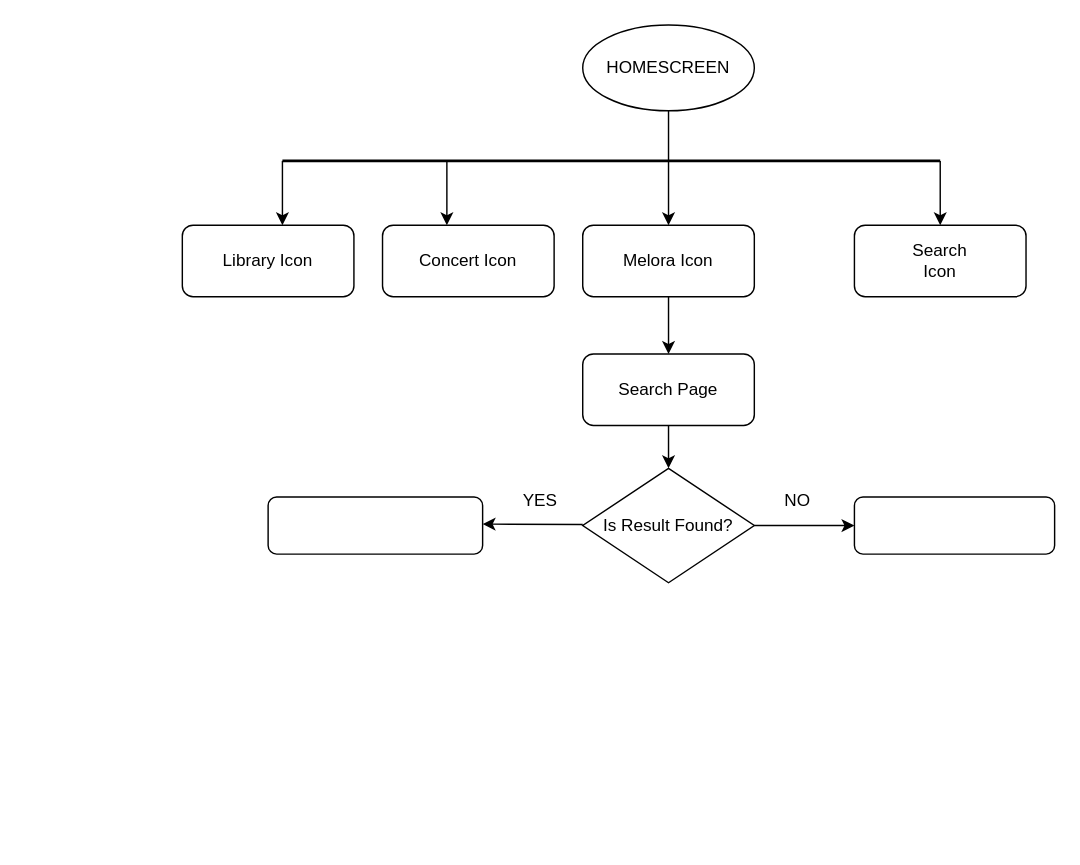
Before: Untitled Diagram.drawio in John-Agyemang/Demo-repo, a draw.io diagram. Source tidied: cells renumbered, new cells numbered last; positions are measured from the earlier drawing's top-left corner, leaving out a move shared by most shapes. Both pictures are drawn from the tidied source at 143%, with x=0, y=0 at pixel (182, 24).
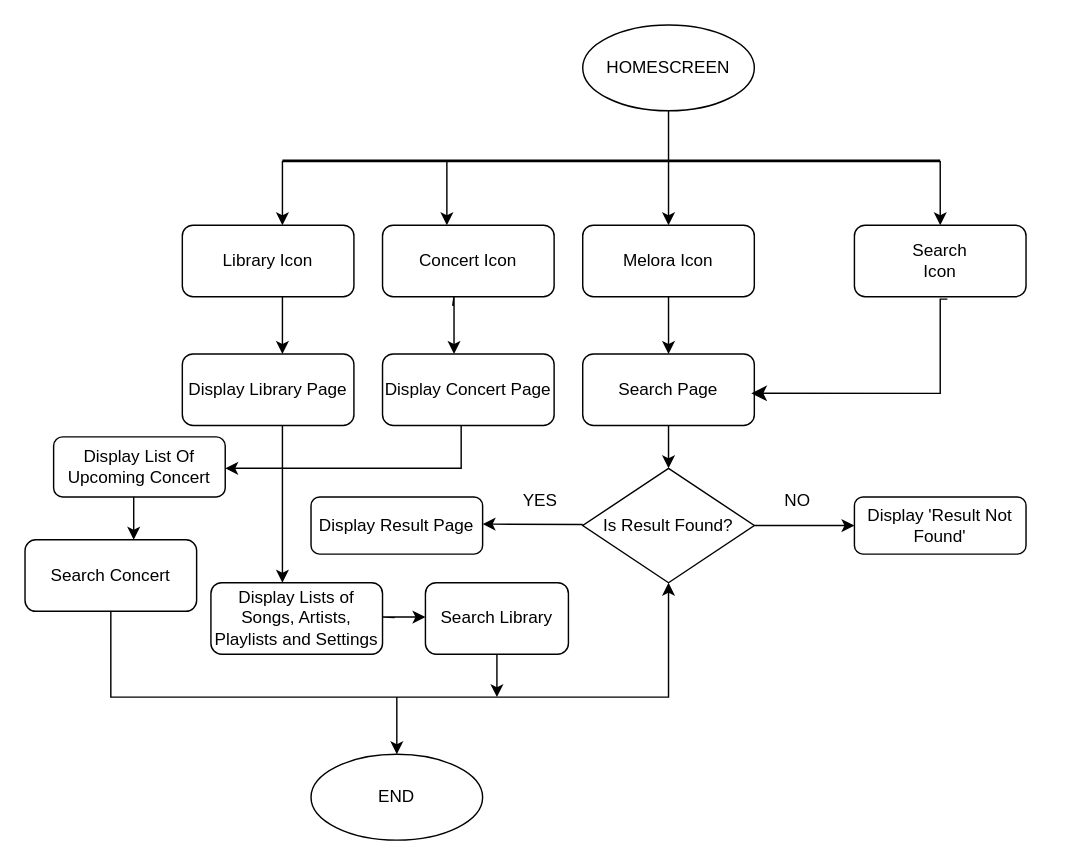
Above is the later version.

The change refers to these unchanged cells:
```xml
<mxCell id="12" style="rounded=1;whiteSpace=wrap;html=1;" parent="1" vertex="1">
  <mxGeometry x="140" y="140" width="120" height="50" as="geometry" />
</mxCell>
<mxCell id="15" value="Library Icon" style="text;strokeColor=none;align=center;fillColor=none;html=1;verticalAlign=middle;whiteSpace=wrap;rounded=0;" parent="1" vertex="1">
  <mxGeometry x="10" y="147.5" width="100" height="35" as="geometry" />
</mxCell>
<mxCell id="16" value="Search Icon" style="text;strokeColor=none;align=center;fillColor=none;html=1;verticalAlign=middle;whiteSpace=wrap;rounded=0;" parent="1" vertex="1">
  <mxGeometry x="500" y="150" width="60" height="30" as="geometry" />
</mxCell>
<mxCell id="19" value="Search Page" style="text;strokeColor=none;align=center;fillColor=none;html=1;verticalAlign=middle;whiteSpace=wrap;rounded=0;" parent="1" vertex="1">
  <mxGeometry x="290" y="240" width="100" height="30" as="geometry" />
</mxCell>
```

Change to the diagram source:
```diff
@@
-    <mxCell id="26" style="rounded=1;whiteSpace=wrap;html=1;" parent="1" vertex="1">
-      <mxGeometry x="470" y="330" width="140" height="40" as="geometry" />
+    <mxCell id="26" value="Display 'Result Not Found'" style="rounded=1;whiteSpace=wrap;html=1;" parent="1" vertex="1">
+      <mxGeometry x="470" y="330" width="120" height="40" as="geometry" />
     </mxCell>
-    <mxCell id="27" style="rounded=1;whiteSpace=wrap;html=1;" parent="1" vertex="1">
-      <mxGeometry x="60" y="330" width="150" height="40" as="geometry" />
+    <mxCell id="27" value="Display Result Page" style="rounded=1;whiteSpace=wrap;html=1;" parent="1" vertex="1">
+      <mxGeometry x="90" y="330" width="120" height="40" as="geometry" />
     </mxCell>
+    <mxCell id="28" style="edgeStyle=segmentEdgeStyle;endArrow=classic;html=1;curved=0;rounded=0;endSize=8;startSize=8;entryX=1.078;entryY=0.585;entryDx=0;entryDy=0;entryPerimeter=0;exitX=0.584;exitY=1.389;exitDx=0;exitDy=0;exitPerimeter=0;" parent="1" edge="1" source="16" target="19">
+      <mxGeometry relative="1" as="geometry">
+        <Array as="points">
+          <mxPoint x="530" y="192" />
+          <mxPoint x="530" y="258" />
+        </Array>
+      </mxGeometry>
+    </mxCell>
+    <mxCell id="29" style="endArrow=classic;html=1;rounded=0;exitX=0.6;exitY=1.214;exitDx=0;exitDy=0;exitPerimeter=0;" parent="1" edge="1" source="15">
+      <mxGeometry relative="1" as="geometry">
+        <mxPoint x="70" y="230" as="targetPoint" />
+        <Array as="points">
+          <mxPoint x="70" y="230" />
+        </Array>
+      </mxGeometry>
+    </mxCell>
+    <mxCell id="30" value="Display Library Page" style="rounded=1;whiteSpace=wrap;html=1;" parent="1" vertex="1">
+      <mxGeometry y="230" width="120" height="50" as="geometry" />
+    </mxCell>
+    <mxCell id="31" style="endArrow=classic;html=1;rounded=0;exitX=0.409;exitY=1.127;exitDx=0;exitDy=0;exitPerimeter=0;" parent="1" edge="1" source="12">
+      <mxGeometry relative="1" as="geometry">
+        <mxPoint x="190" y="230" as="targetPoint" />
+        <Array as="points">
+          <mxPoint x="190" y="190" />
+        </Array>
+      </mxGeometry>
+    </mxCell>
+    <mxCell id="32" value="Display Concert Page" style="rounded=1;whiteSpace=wrap;html=1;" parent="1" vertex="1">
+      <mxGeometry x="140" y="230" width="120" height="50" as="geometry" />
+    </mxCell>
+    <mxCell id="33" style="endArrow=classic;html=1;rounded=0;exitX=0.5;exitY=1;exitDx=0;exitDy=0;" parent="1" edge="1" source="39">
+      <mxGeometry relative="1" as="geometry">
+        <mxPoint x="340" y="390" as="targetPoint" />
+        <Array as="points">
+          <mxPoint x="-50" y="470" />
+          <mxPoint x="340" y="470" />
+        </Array>
+      </mxGeometry>
+    </mxCell>
+    <mxCell id="34" style="endArrow=classic;html=1;rounded=0;" parent="1" edge="1">
+      <mxGeometry relative="1" as="geometry">
+        <mxPoint x="195" y="280" as="sourcePoint" />
+        <mxPoint x="30" y="310" as="targetPoint" />
+        <Array as="points">
+          <mxPoint x="195" y="310" />
+        </Array>
+      </mxGeometry>
+    </mxCell>
+    <mxCell id="35" value="Display List Of Upcoming Concert" style="rounded=1;whiteSpace=wrap;html=1;" parent="1" vertex="1">
+      <mxGeometry x="-90" y="288" width="120" height="42" as="geometry" />
+    </mxCell>
+    <mxCell id="36" style="endArrow=classic;html=1;rounded=0;" parent="1" edge="1">
+      <mxGeometry relative="1" as="geometry">
+        <mxPoint x="70" y="280" as="sourcePoint" />
+        <mxPoint x="70" y="390" as="targetPoint" />
+        <Array as="points">
+          <mxPoint x="70" y="360" />
+        </Array>
+      </mxGeometry>
+    </mxCell>
+    <mxCell id="37" value="Display Lists of Songs, Artists, Playlists and Settings" style="rounded=1;whiteSpace=wrap;html=1;" parent="1" vertex="1">
+      <mxGeometry x="20" y="390" width="120" height="50" as="geometry" />
+    </mxCell>
+    <mxCell id="38" style="endArrow=classic;html=1;rounded=0;" parent="1" edge="1">
+      <mxGeometry relative="1" as="geometry">
+        <mxPoint x="-34" y="330" as="sourcePoint" />
+        <mxPoint x="-34" y="360" as="targetPoint" />
+      </mxGeometry>
+    </mxCell>
+    <mxCell id="39" value="Search Concert" style="rounded=1;whiteSpace=wrap;html=1;" parent="1" vertex="1">
+      <mxGeometry x="-110" y="360" width="120" height="50" as="geometry" />
+    </mxCell>
+    <mxCell id="40" style="endArrow=classic;html=1;rounded=0;exitX=1.071;exitY=0.488;exitDx=0;exitDy=0;exitPerimeter=0;" parent="1" edge="1" source="37">
+      <mxGeometry relative="1" as="geometry">
+        <mxPoint x="170" y="414" as="targetPoint" />
+        <Array as="points">
+          <mxPoint x="140" y="414" />
+        </Array>
+      </mxGeometry>
+    </mxCell>
+    <mxCell id="41" value="Search Library" style="rounded=1;whiteSpace=wrap;html=1;" parent="1" vertex="1">
+      <mxGeometry x="170" y="390" width="100" height="50" as="geometry" />
+    </mxCell>
+    <mxCell id="42" style="endArrow=classic;html=1;rounded=0;exitX=0.5;exitY=1;exitDx=0;exitDy=0;" parent="1" edge="1" source="41">
+      <mxGeometry relative="1" as="geometry">
+        <mxPoint x="220" y="470" as="targetPoint" />
+      </mxGeometry>
+    </mxCell>
+    <mxCell id="43" style="endArrow=classic;html=1;rounded=0;" parent="1" edge="1">
+      <mxGeometry relative="1" as="geometry">
+        <mxPoint x="150" y="470" as="sourcePoint" />
+        <mxPoint x="150" y="510" as="targetPoint" />
+      </mxGeometry>
+    </mxCell>
+    <mxCell id="44" value="END" style="ellipse;whiteSpace=wrap;html=1;" parent="1" vertex="1">
+      <mxGeometry x="90" y="510" width="120" height="60" as="geometry" />
+    </mxCell>
```
